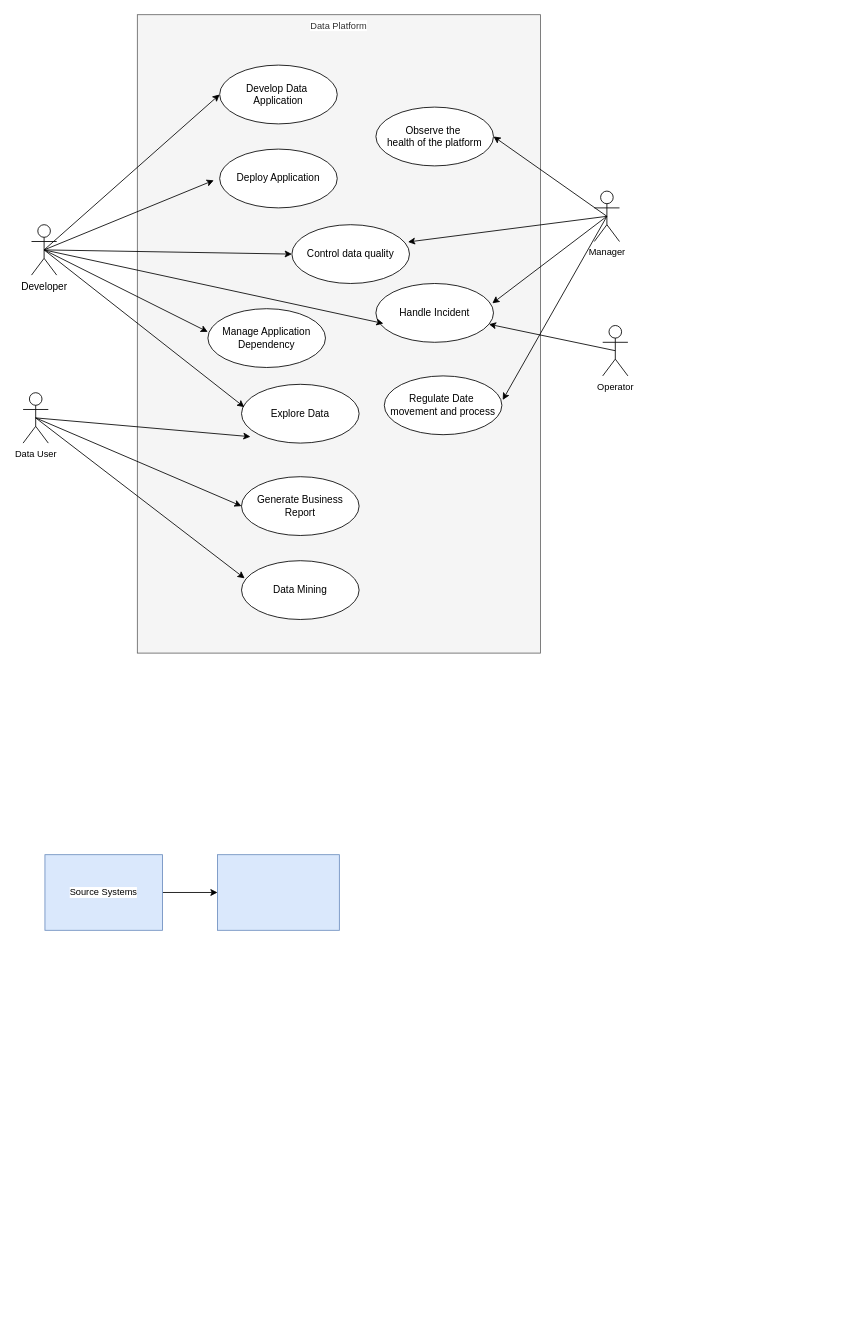
This is BigDataPlatformDesign.drawio from rockysynergy/draws, a draw.io file, before an edit. Source tidied: cells renumbered, new cells numbered last; positions are measured from the earlier drawing's top-left corner, leaving out a move shared by most shapes. Both pictures are drawn from the tidied source at 84%, with x=0, y=0 at pixel (23, 14).
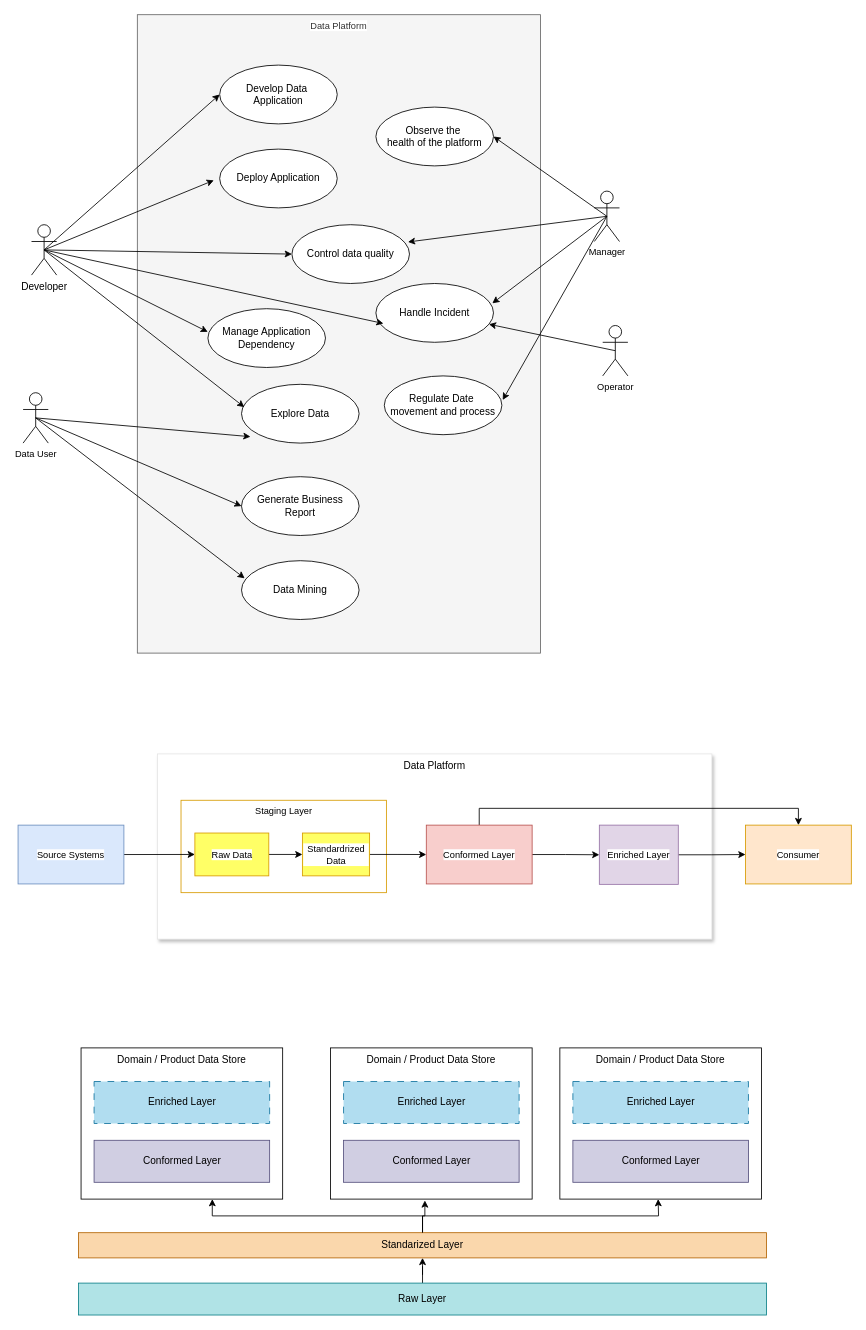
After the change.

Change to the diagram source:
```diff
@@
+    <mxCell id="34" value="Data Platform" style="rounded=0;whiteSpace=wrap;html=1;verticalAlign=top;strokeColor=#E6E6E6;shadow=1;" parent="1" vertex="1">
+      <mxGeometry x="160" y="880" width="660" height="220.5" as="geometry" />
+    </mxCell>
+    <mxCell id="33" value="Staging Layer" style="whiteSpace=wrap;html=1;fontSize=11;fillColor=none;strokeColor=#d79b00;rounded=0;labelBackgroundColor=default;verticalAlign=top;" parent="1" vertex="1">
+      <mxGeometry x="188" y="935.2" width="244.5" height="110" as="geometry" />
+    </mxCell>
@@
-    <mxCell id="31" style="edgeStyle=none;shape=connector;rounded=0;jettySize=auto;html=1;strokeColor=default;align=center;verticalAlign=middle;fontFamily=Helvetica;fontSize=11;fontColor=default;labelBackgroundColor=default;endArrow=classic;" parent="1" edge="1" source="32" target="33">
+    <mxCell id="31" style="edgeStyle=none;shape=connector;rounded=0;jettySize=auto;html=1;strokeColor=default;align=center;verticalAlign=middle;fontFamily=Helvetica;fontSize=11;fontColor=default;labelBackgroundColor=default;endArrow=classic;entryX=0;entryY=0.5;entryDx=0;entryDy=0;exitX=1;exitY=0.5;exitDx=0;exitDy=0;" parent="1" edge="1" source="32" target="36">
       <mxGeometry relative="1" as="geometry" />
     </mxCell>
     <mxCell id="32" value="Source Systems" style="rounded=0;whiteSpace=wrap;html=1;fontFamily=Helvetica;fontSize=11;labelBackgroundColor=default;fillColor=#dae8fc;strokeColor=#6c8ebf;" parent="1" vertex="1">
-      <mxGeometry x="26" y="1000" width="140" height="90" as="geometry" />
+      <mxGeometry x="-6" y="964.8" width="126" height="70" as="geometry" />
     </mxCell>
-    <mxCell id="33" style="whiteSpace=wrap;html=1;fontSize=11;fillColor=#dae8fc;strokeColor=#6c8ebf;rounded=0;labelBackgroundColor=default;" parent="1" vertex="1">
-      <mxGeometry x="231.5" y="1000" width="145" height="90" as="geometry" />
-    </mxCell>
+    <mxCell id="35" style="edgeStyle=orthogonalEdgeStyle;rounded=0;jettySize=auto;html=1;exitX=1;exitY=0.5;exitDx=0;exitDy=0;entryX=0;entryY=0.5;entryDx=0;entryDy=0;" parent="1" edge="1" source="36" target="38">
+      <mxGeometry relative="1" as="geometry" />
+    </mxCell>
+    <mxCell id="36" value="Raw Data" style="whiteSpace=wrap;html=1;fontSize=11;fillColor=#FFFF66;strokeColor=#d79b00;rounded=0;labelBackgroundColor=default;verticalAlign=middle;" parent="1" vertex="1">
+      <mxGeometry x="204.5" y="974.2" width="88" height="51" as="geometry" />
+    </mxCell>
+    <mxCell id="37" style="edgeStyle=orthogonalEdgeStyle;rounded=0;jettySize=auto;html=1;exitX=1;exitY=0.5;exitDx=0;exitDy=0;entryX=0;entryY=0.5;entryDx=0;entryDy=0;" parent="1" edge="1" source="38" target="41">
+      <mxGeometry relative="1" as="geometry" />
+    </mxCell>
+    <mxCell id="38" value="Standardrized Data" style="whiteSpace=wrap;html=1;fontSize=11;fillColor=#FFFF66;strokeColor=#d79b00;rounded=0;labelBackgroundColor=default;verticalAlign=middle;" parent="1" vertex="1">
+      <mxGeometry x="332.5" y="974.2" width="80" height="51" as="geometry" />
+    </mxCell>
+    <mxCell id="39" style="edgeStyle=orthogonalEdgeStyle;rounded=0;jettySize=auto;html=1;" parent="1" edge="1" source="41" target="43">
+      <mxGeometry relative="1" as="geometry" />
+    </mxCell>
+    <mxCell id="40" style="edgeStyle=orthogonalEdgeStyle;rounded=0;jettySize=auto;html=1;exitX=0.5;exitY=0;exitDx=0;exitDy=0;entryX=0.5;entryY=0;entryDx=0;entryDy=0;" parent="1" edge="1" source="41" target="44">
+      <mxGeometry relative="1" as="geometry" />
+    </mxCell>
+    <mxCell id="41" value="Conformed Layer" style="rounded=0;whiteSpace=wrap;html=1;fontFamily=Helvetica;fontSize=11;labelBackgroundColor=default;fillColor=#f8cecc;strokeColor=#b85450;" parent="1" vertex="1">
+      <mxGeometry x="480" y="964.8" width="126" height="70" as="geometry" />
+    </mxCell>
+    <mxCell id="42" style="edgeStyle=orthogonalEdgeStyle;rounded=0;jettySize=auto;html=1;" parent="1" edge="1" source="43" target="44">
+      <mxGeometry relative="1" as="geometry" />
+    </mxCell>
+    <mxCell id="43" value="Enriched Layer" style="rounded=0;whiteSpace=wrap;html=1;fontFamily=Helvetica;fontSize=11;labelBackgroundColor=default;fillColor=#e1d5e7;strokeColor=#9673a6;" parent="1" vertex="1">
+      <mxGeometry x="686" y="964.8" width="94" height="70.5" as="geometry" />
+    </mxCell>
+    <mxCell id="44" value="Consumer" style="rounded=0;whiteSpace=wrap;html=1;fontFamily=Helvetica;fontSize=11;labelBackgroundColor=default;fillColor=#ffe6cc;strokeColor=#d79b00;" parent="1" vertex="1">
+      <mxGeometry x="860" y="964.8" width="126" height="70" as="geometry" />
+    </mxCell>
+    <mxCell id="45" style="group;" parent="1" vertex="1">
+      <mxGeometry x="69" y="1230" width="240" height="180" as="geometry" />
+    </mxCell>
+    <mxCell id="46" value="Domain / Product Data Store" style="rounded=0;whiteSpace=wrap;html=1;verticalAlign=top;" parent="45" vertex="1">
+      <mxGeometry width="240" height="180" as="geometry" />
+    </mxCell>
+    <mxCell id="47" value="Enriched Layer" style="rounded=1;whiteSpace=wrap;html=1;arcSize=0;fillColor=#b1ddf0;strokeColor=#10739e;dashed=1;dashPattern=8 8;" parent="45" vertex="1">
+      <mxGeometry x="15.5" y="40" width="209" height="50" as="geometry" />
+    </mxCell>
+    <mxCell id="48" value="Conformed Layer" style="rounded=1;whiteSpace=wrap;html=1;arcSize=0;fillColor=#d0cee2;strokeColor=#56517e;" parent="45" vertex="1">
+      <mxGeometry x="15.5" y="110" width="209" height="50" as="geometry" />
+    </mxCell>
+    <mxCell id="49" style="edgeStyle=orthogonalEdgeStyle;rounded=0;jettySize=auto;html=1;entryX=0.5;entryY=1;entryDx=0;entryDy=0;" parent="1" edge="1" source="50" target="53">
+      <mxGeometry relative="1" as="geometry" />
+    </mxCell>
+    <mxCell id="50" value="Raw Layer" style="rounded=0;whiteSpace=wrap;html=1;fillColor=#b0e3e6;strokeColor=#0e8088;" parent="1" vertex="1">
+      <mxGeometry x="66" y="1510" width="819" height="38" as="geometry" />
+    </mxCell>
+    <mxCell id="51" style="edgeStyle=orthogonalEdgeStyle;rounded=0;jettySize=auto;html=1;entryX=0.468;entryY=1.009;entryDx=0;entryDy=0;entryPerimeter=0;" parent="1" edge="1" source="53" target="55">
+      <mxGeometry relative="1" as="geometry" />
+    </mxCell>
+    <mxCell id="52" style="edgeStyle=orthogonalEdgeStyle;rounded=0;jettySize=auto;html=1;" parent="1" edge="1" source="53">
+      <mxGeometry relative="1" as="geometry">
+        <mxPoint x="756" y="1410" as="targetPoint" />
+      </mxGeometry>
+    </mxCell>
+    <mxCell id="53" value="Standarized Layer" style="rounded=0;whiteSpace=wrap;html=1;fillColor=#fad7ac;strokeColor=#b46504;" parent="1" vertex="1">
+      <mxGeometry x="66" y="1450" width="819" height="30" as="geometry" />
+    </mxCell>
+    <mxCell id="54" style="group;" parent="1" vertex="1">
+      <mxGeometry x="366" y="1230" width="240" height="180" as="geometry" />
+    </mxCell>
+    <mxCell id="55" value="Domain / Product Data Store" style="rounded=0;whiteSpace=wrap;html=1;verticalAlign=top;" parent="54" vertex="1">
+      <mxGeometry width="240" height="180" as="geometry" />
+    </mxCell>
+    <mxCell id="56" value="Enriched Layer" style="rounded=1;whiteSpace=wrap;html=1;arcSize=0;fillColor=#b1ddf0;strokeColor=#10739e;dashed=1;dashPattern=8 8;" parent="54" vertex="1">
+      <mxGeometry x="15.5" y="40" width="209" height="50" as="geometry" />
+    </mxCell>
+    <mxCell id="57" value="Conformed Layer" style="rounded=1;whiteSpace=wrap;html=1;arcSize=0;fillColor=#d0cee2;strokeColor=#56517e;" parent="54" vertex="1">
+      <mxGeometry x="15.5" y="110" width="209" height="50" as="geometry" />
+    </mxCell>
+    <mxCell id="58" style="group;" parent="1" vertex="1">
+      <mxGeometry x="639" y="1230" width="240" height="180" as="geometry" />
+    </mxCell>
+    <mxCell id="59" value="Domain / Product Data Store" style="rounded=0;whiteSpace=wrap;html=1;verticalAlign=top;" parent="58" vertex="1">
+      <mxGeometry width="240" height="180" as="geometry" />
+    </mxCell>
+    <mxCell id="60" value="Enriched Layer" style="rounded=1;whiteSpace=wrap;html=1;arcSize=0;fillColor=#b1ddf0;strokeColor=#10739e;dashed=1;dashPattern=8 8;" parent="58" vertex="1">
+      <mxGeometry x="15.5" y="40" width="209" height="50" as="geometry" />
+    </mxCell>
+    <mxCell id="61" value="Conformed Layer" style="rounded=1;whiteSpace=wrap;html=1;arcSize=0;fillColor=#d0cee2;strokeColor=#56517e;" parent="58" vertex="1">
+      <mxGeometry x="15.5" y="110" width="209" height="50" as="geometry" />
+    </mxCell>
+    <mxCell id="62" style="edgeStyle=orthogonalEdgeStyle;rounded=0;jettySize=auto;html=1;entryX=0.651;entryY=1;entryDx=0;entryDy=0;entryPerimeter=0;" parent="1" edge="1" source="53" target="46">
+      <mxGeometry relative="1" as="geometry" />
+    </mxCell>
```
